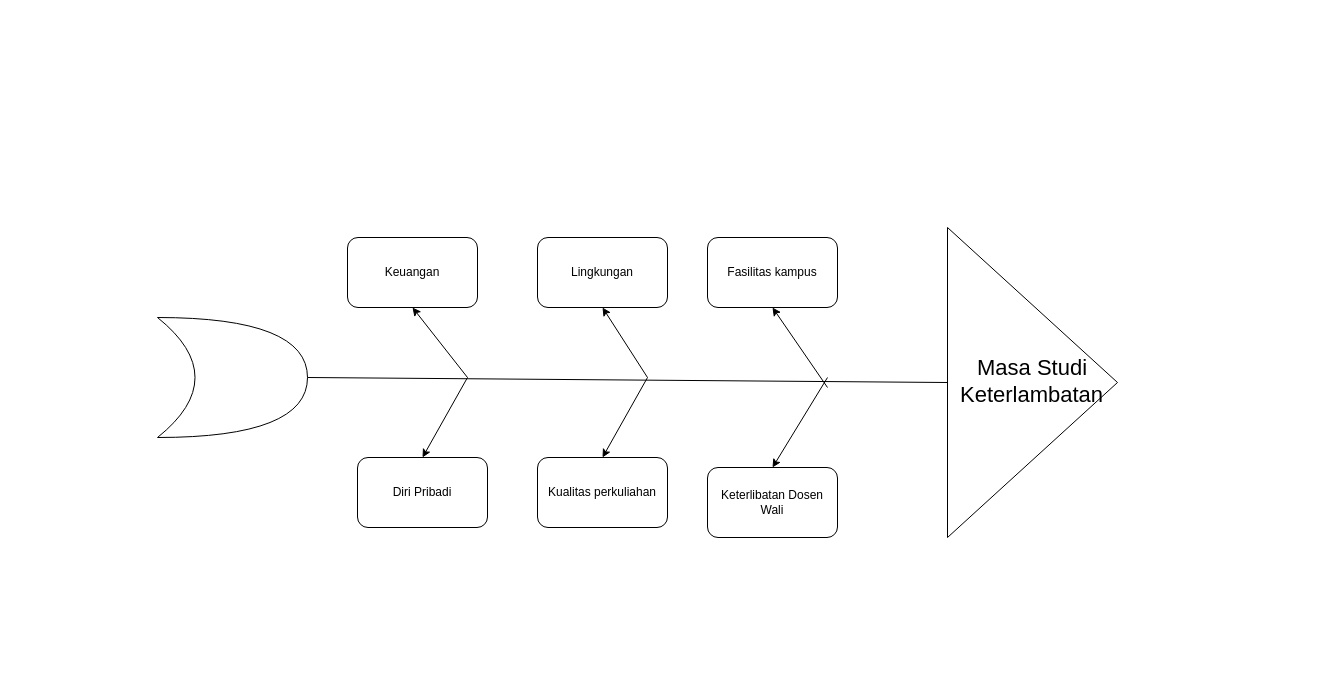
Before: dump-diagrams/APB-EIS-05.drawio in xoghub/diagrams, a draw.io diagram. Source tidied: cells renumbered, new cells numbered last; positions are measured from the earlier drawing's top-left corner, leaving out a move shared by most shapes. Both pictures are drawn from the tidied source at 100%, with x=0, y=0 at pixel (157, 227).
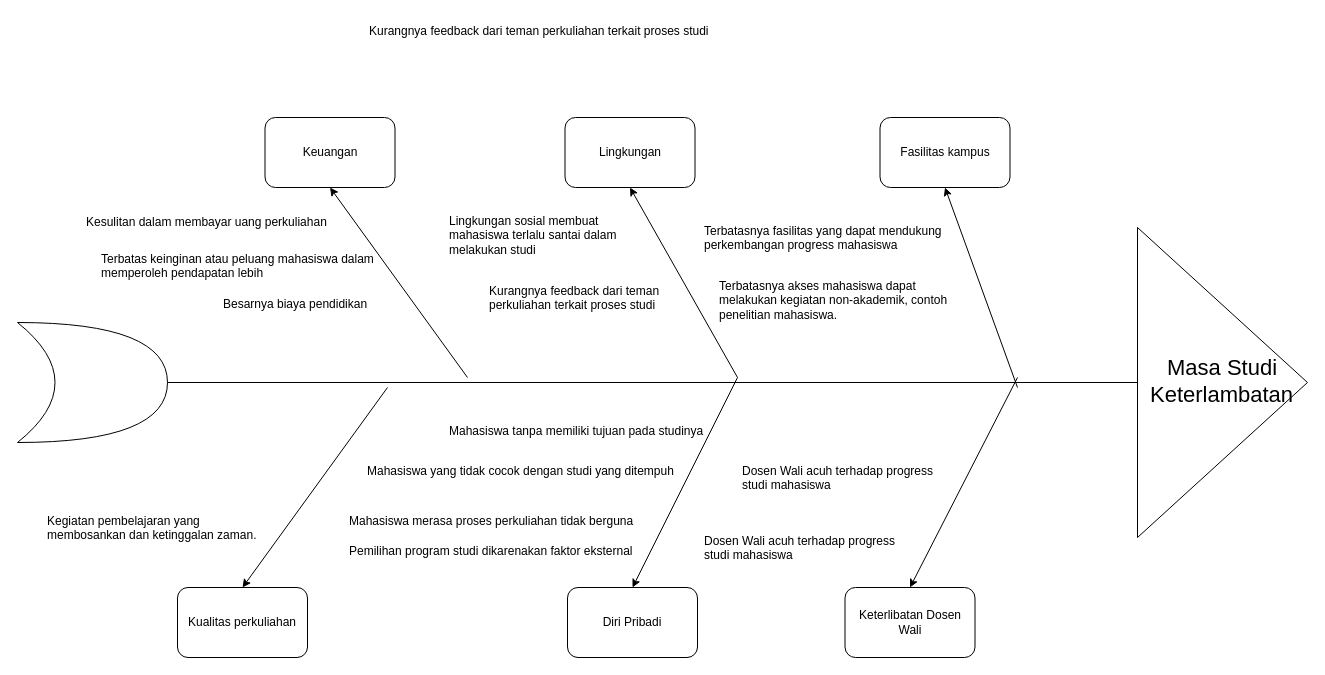
Above is the later version.

The edit, as a diff of the source:
```diff
@@
     <mxCell id="2" value="Keuangan" style="rounded=1;whiteSpace=wrap;html=1;" parent="1" vertex="1">
-      <mxGeometry x="190" y="10" width="130" height="70" as="geometry" />
+      <mxGeometry x="107.5" y="-110" width="130" height="70" as="geometry" />
     </mxCell>
-    <mxCell id="3" value="Kualitas perkuliahan" style="rounded=1;whiteSpace=wrap;html=1;" parent="1" vertex="1">
-      <mxGeometry x="380" y="230" width="130" height="70" as="geometry" />
+    <mxCell id="3" value="Diri Pribadi" style="rounded=1;whiteSpace=wrap;html=1;" parent="1" vertex="1">
+      <mxGeometry x="410" y="360" width="130" height="70" as="geometry" />
     </mxCell>
-    <mxCell id="4" value="Diri Pribadi" style="rounded=1;whiteSpace=wrap;html=1;" parent="1" vertex="1">
-      <mxGeometry x="200" y="230" width="130" height="70" as="geometry" />
+    <mxCell id="4" value="Kualitas perkuliahan" style="rounded=1;whiteSpace=wrap;html=1;" parent="1" vertex="1">
+      <mxGeometry x="20" y="360" width="130" height="70" as="geometry" />
     </mxCell>
     <mxCell id="5" value="Fasilitas kampus" style="rounded=1;whiteSpace=wrap;html=1;" parent="1" vertex="1">
-      <mxGeometry x="550" y="10" width="130" height="70" as="geometry" />
+      <mxGeometry x="722.5" y="-110" width="130" height="70" as="geometry" />
     </mxCell>
     <mxCell id="6" value="Lingkungan" style="rounded=1;whiteSpace=wrap;html=1;" parent="1" vertex="1">
-      <mxGeometry x="380" y="10" width="130" height="70" as="geometry" />
+      <mxGeometry x="407.5" y="-110" width="130" height="70" as="geometry" />
     </mxCell>
     <mxCell id="7" value="Keterlibatan Dosen Wali" style="rounded=1;whiteSpace=wrap;html=1;" parent="1" vertex="1">
-      <mxGeometry x="550" y="240" width="130" height="70" as="geometry" />
+      <mxGeometry x="687.5" y="360" width="130" height="70" as="geometry" />
     </mxCell>
     <mxCell id="8" value="&lt;font style=&quot;font-size: 22px;&quot;&gt;&lt;font style=&quot;font-size: 22px;&quot;&gt;Keterlambatan &lt;/font&gt;&lt;font style=&quot;font-size: 22px;&quot;&gt;Masa Studi&lt;/font&gt;&lt;/font&gt;" style="triangle;whiteSpace=wrap;html=1;horizontal=0;textDirection=vertical-lr;" parent="1" vertex="1">
-      <mxGeometry x="790" width="170" height="310" as="geometry" />
+      <mxGeometry x="980" width="170" height="310" as="geometry" />
     </mxCell>
     <mxCell id="9" style="shape=xor;whiteSpace=wrap;html=1;" parent="1" vertex="1">
-      <mxGeometry y="90" width="150" height="120" as="geometry" />
+      <mxGeometry x="-140" y="95" width="150" height="120" as="geometry" />
     </mxCell>
@@
     <mxCell id="12" style="endArrow=classic;html=1;rounded=0;entryX=0.5;entryY=0;entryDx=0;entryDy=0;" parent="1" edge="1" target="4">
       <mxGeometry relative="1" as="geometry">
-        <mxPoint x="310" y="150" as="sourcePoint" />
+        <mxPoint x="230" y="160" as="sourcePoint" />
       </mxGeometry>
     </mxCell>
     <mxCell id="13" style="endArrow=classic;html=1;rounded=0;entryX=0.5;entryY=0;entryDx=0;entryDy=0;" parent="1" edge="1" target="3">
       <mxGeometry relative="1" as="geometry">
-        <mxPoint x="490" y="150" as="sourcePoint" />
+        <mxPoint x="580" y="150" as="sourcePoint" />
       </mxGeometry>
     </mxCell>
     <mxCell id="14" style="endArrow=classic;html=1;rounded=0;entryX=0.5;entryY=1;entryDx=0;entryDy=0;" parent="1" edge="1" target="6">
       <mxGeometry relative="1" as="geometry">
-        <mxPoint x="490" y="150" as="sourcePoint" />
+        <mxPoint x="580" y="150" as="sourcePoint" />
       </mxGeometry>
     </mxCell>
     <mxCell id="15" style="endArrow=classic;html=1;rounded=0;entryX=0.5;entryY=0;entryDx=0;entryDy=0;" parent="1" edge="1" target="7">
       <mxGeometry relative="1" as="geometry">
-        <mxPoint x="670" y="150" as="sourcePoint" />
+        <mxPoint x="860" y="150" as="sourcePoint" />
       </mxGeometry>
     </mxCell>
     <mxCell id="16" style="endArrow=classic;html=1;rounded=0;entryX=0.5;entryY=1;entryDx=0;entryDy=0;" parent="1" edge="1" target="5">
       <mxGeometry relative="1" as="geometry">
-        <mxPoint x="670" y="160" as="sourcePoint" />
+        <mxPoint x="860" y="160" as="sourcePoint" />
       </mxGeometry>
     </mxCell>
+    <mxCell id="17" value="Kesulitan dalam membayar uang perkuliahan" style="text;strokeColor=none;fillColor=none;align=left;verticalAlign=middle;spacingLeft=4;spacingRight=4;overflow=hidden;whiteSpace=wrap;html=1;" parent="1" vertex="1">
+      <mxGeometry x="-77.5" y="-20" width="267.5" height="30" as="geometry" />
+    </mxCell>
+    <mxCell id="18" value="&lt;p class=&quot;MsoNormal&quot;&gt;&lt;span lang=&quot;SV&quot;&gt;Besarnya biaya pendidikan&lt;/span&gt;&lt;/p&gt;" style="text;strokeColor=none;fillColor=none;align=left;verticalAlign=middle;spacingLeft=4;spacingRight=4;overflow=hidden;whiteSpace=wrap;html=1;" parent="1" vertex="1">
+      <mxGeometry x="60" y="55" width="180" height="30" as="geometry" />
+    </mxCell>
+    <mxCell id="19" value="&lt;p class=&quot;MsoNormal&quot;&gt;Terbatas keinginan atau peluang mahasiswa dalam memperoleh pendapatan lebih&lt;/p&gt;" style="text;strokeColor=none;fillColor=none;align=left;verticalAlign=middle;spacingLeft=4;spacingRight=4;overflow=hidden;whiteSpace=wrap;html=1;" parent="1" vertex="1">
+      <mxGeometry x="-62.5" y="10" width="300" height="45" as="geometry" />
+    </mxCell>
+    <mxCell id="20" value="Mahasiswa yang tidak cocok dengan studi yang ditempuh" style="text;whiteSpace=wrap;" parent="1" vertex="1">
+      <mxGeometry x="207.5" y="230" width="310" height="40" as="geometry" />
+    </mxCell>
+    <mxCell id="21" value="Mahasiswa tanpa memiliki tujuan pada studinya " style="text;whiteSpace=wrap;" parent="1" vertex="1">
+      <mxGeometry x="290" y="190" width="260" height="40" as="geometry" />
+    </mxCell>
+    <mxCell id="22" value="Mahasiswa merasa proses perkuliahan tidak berguna" style="text;whiteSpace=wrap;" parent="1" vertex="1">
+      <mxGeometry x="190" y="280" width="320" height="40" as="geometry" />
+    </mxCell>
+    <mxCell id="23" value="Pemilihan program studi dikarenakan faktor eksternal" style="text;whiteSpace=wrap;" parent="1" vertex="1">
+      <mxGeometry x="190" y="310" width="320" height="40" as="geometry" />
+    </mxCell>
+    <mxCell id="24" value="Kurangnya feedback dari teman perkuliahan terkait proses studi" style="text;whiteSpace=wrap;" parent="1" vertex="1">
+      <mxGeometry x="210" y="-210" width="370" height="40" as="geometry" />
+    </mxCell>
+    <mxCell id="25" value="Lingkungan sosial membuat mahasiswa terlalu santai dalam melakukan studi" style="text;whiteSpace=wrap;" parent="1" vertex="1">
+      <mxGeometry x="290" y="-20" width="190" height="60" as="geometry" />
+    </mxCell>
+    <mxCell id="26" value="Kurangnya feedback dari teman perkuliahan terkait proses studi" style="text;whiteSpace=wrap;" parent="1" vertex="1">
+      <mxGeometry x="330" y="50" width="200" height="40" as="geometry" />
+    </mxCell>
+    <mxCell id="27" value="Kegiatan pembelajaran yang membosankan dan ketinggalan zaman." style="text;whiteSpace=wrap;" parent="1" vertex="1">
+      <mxGeometry x="-112.5" y="280" width="220" height="40" as="geometry" />
+    </mxCell>
+    <mxCell id="28" value="Terbatasnya fasilitas yang dapat mendukung perkembangan progress mahasiswa" style="text;whiteSpace=wrap;" parent="1" vertex="1">
+      <mxGeometry x="545" y="-10" width="247.5" height="40" as="geometry" />
+    </mxCell>
+    <mxCell id="29" value="Terbatasnya akses mahasiswa dapat melakukan kegiatan non-akademik, contoh penelitian mahasiswa." style="text;whiteSpace=wrap;" parent="1" vertex="1">
+      <mxGeometry x="560" y="45" width="260" height="50" as="geometry" />
+    </mxCell>
+    <mxCell id="30" value="Dosen Wali acuh terhadap progress studi mahasiswa" style="text;whiteSpace=wrap;" parent="1" vertex="1">
+      <mxGeometry x="582.5" y="230" width="200" height="40" as="geometry" />
+    </mxCell>
+    <mxCell id="31" value="Dosen Wali acuh terhadap progress studi mahasiswa" style="text;whiteSpace=wrap;" parent="1" vertex="1">
+      <mxGeometry x="545" y="300" width="215" height="40" as="geometry" />
+    </mxCell>
```
